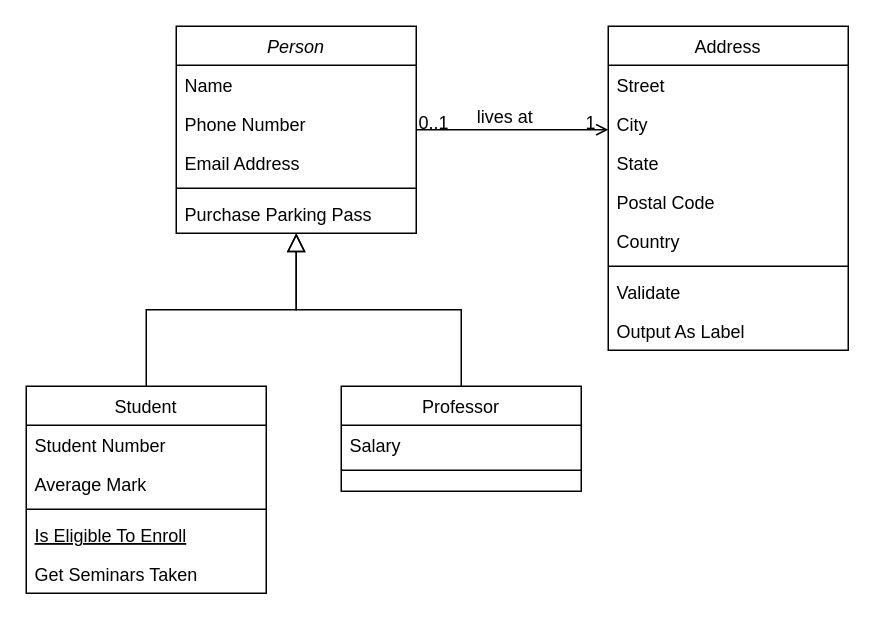
Above: Untitled Diagram.drawio in chavirio/cvitlogger (draw.io), before the change. Source tidied: cells renumbered, new cells numbered last; positions are measured from the earlier drawing's top-left corner, leaving out a move shared by most shapes. Both pictures are drawn from the tidied source at 150%, with x=0, y=0 at pixel (26, 26).
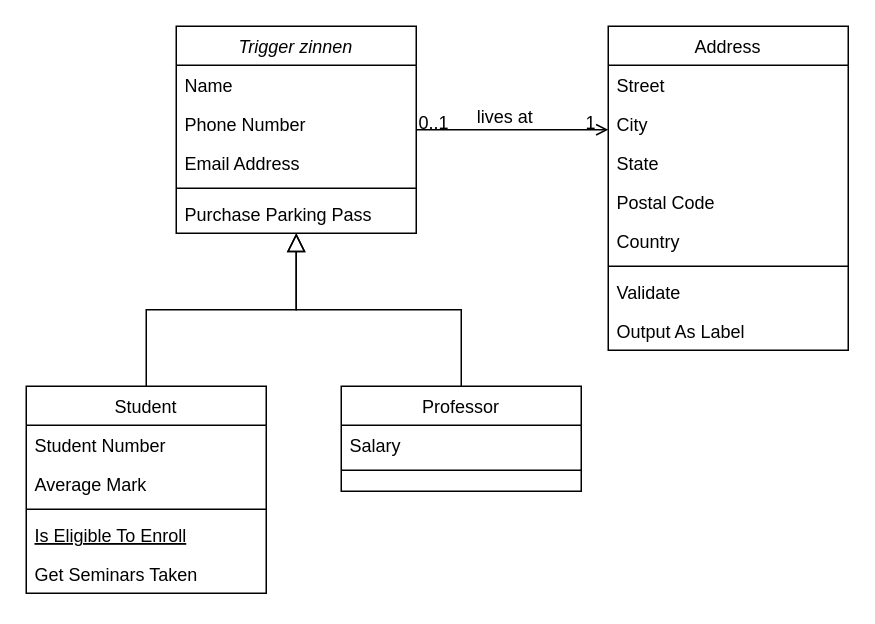
The same diagram, later.

The edit, as a diff of the source:
```diff
@@
-    <mxCell id="2" value="Person" style="swimlane;fontStyle=2;align=center;verticalAlign=top;horizontal=1;startSize=26;rounded=0;shadow=0;strokeWidth=1;" parent="1" vertex="1">
+    <mxCell id="2" value="Trigger zinnen" style="swimlane;fontStyle=2;align=center;verticalAlign=top;horizontal=1;startSize=26;rounded=0;shadow=0;strokeWidth=1;" parent="1" vertex="1">
       <mxGeometry x="100" width="160" height="138" as="geometry" />
     </mxCell>
```
